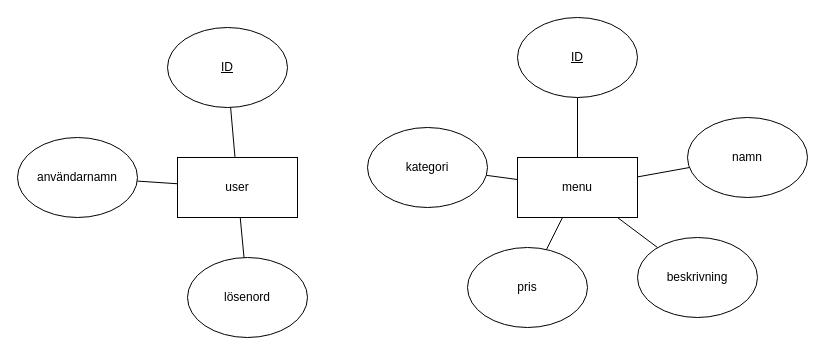
sape24/ProjektBackendWebbutveckling keeps this draw.io diagram as restaurant.drawio. Above is the earlier version. Source tidied: cells renumbered, new cells numbered last; positions are measured from the earlier drawing's top-left corner, leaving out a move shared by most shapes. Both pictures are drawn from the tidied source at 100%, with x=0, y=0 at pixel (17, 17).
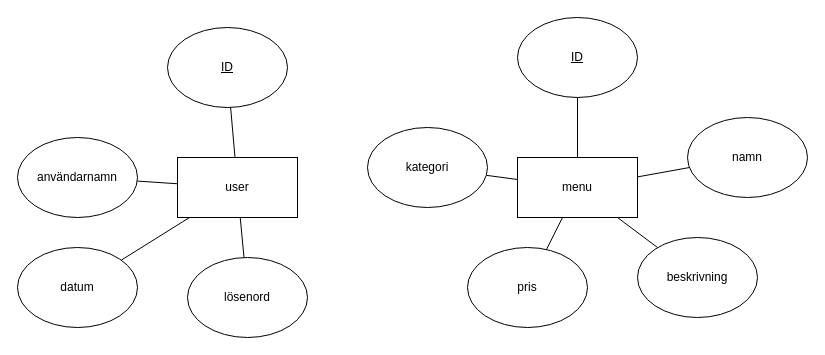
The same diagram, later.

The change refers to these unchanged cells:
```xml
<mxCell id="2" value="user" style="rounded=0;whiteSpace=wrap;html=1;" parent="1" vertex="1">
  <mxGeometry x="160" y="140" width="120" height="60" as="geometry" />
</mxCell>
```

Diff of the diagram source:
```diff
@@
+    <mxCell id="20" style="edgeStyle=none;html=1;endArrow=none;endFill=0;" parent="1" edge="1" source="21" target="2">
+      <mxGeometry relative="1" as="geometry" />
+    </mxCell>
+    <mxCell id="21" value="datum" style="ellipse;whiteSpace=wrap;html=1;" parent="1" vertex="1">
+      <mxGeometry y="230" width="120" height="80" as="geometry" />
+    </mxCell>
```
